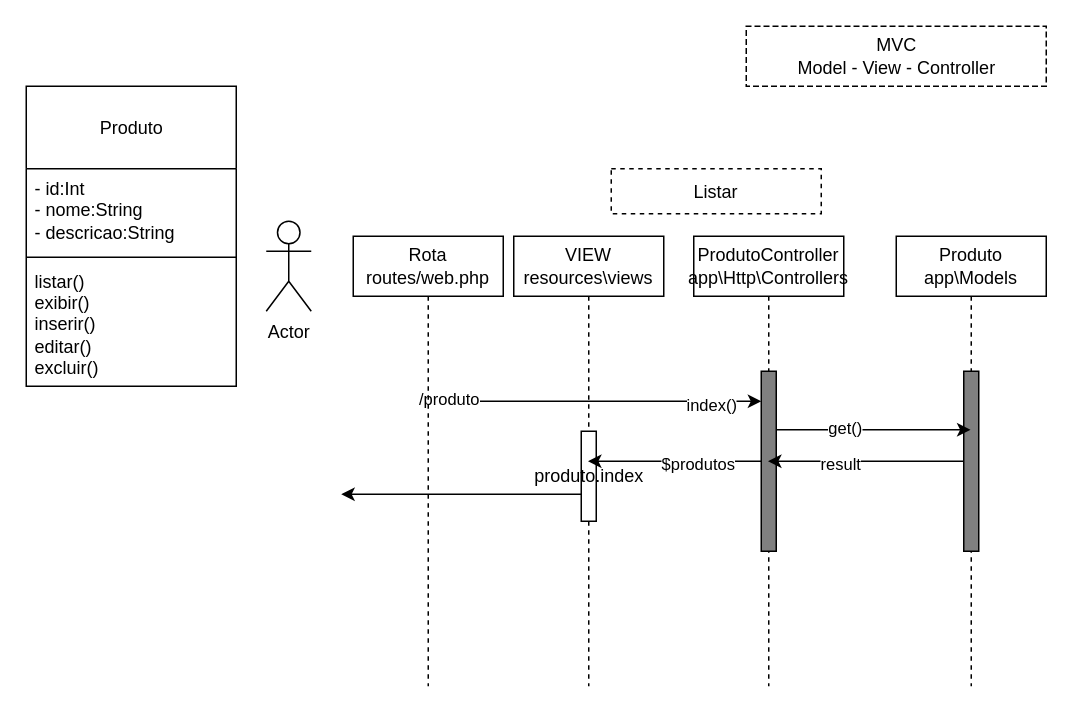
Before: crud_diagramas/diagrama_de_classes..drawio in andreneves/PF, a draw.io diagram. Source tidied: cells renumbered, new cells numbered last; positions are measured from the earlier drawing's top-left corner, leaving out a move shared by most shapes. Both pictures are drawn from the tidied source at 150%, with x=0, y=0 at pixel (26, 26).
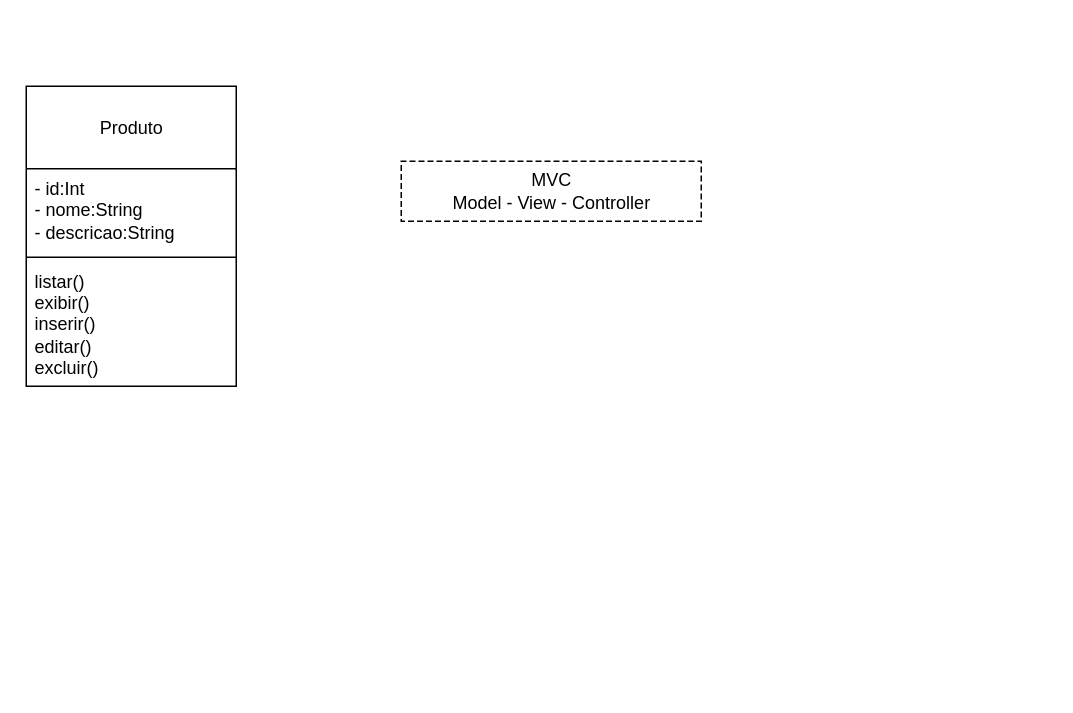
The same diagram, later.

What changed in the source:
```diff
@@
     <mxCell id="6" value="MVC&lt;br&gt;Model - View - Controller" style="shape=partialRectangle;html=1;top=1;align=center;dashed=1;" parent="1" vertex="1">
-      <mxGeometry x="480" width="200" height="40" as="geometry" />
+      <mxGeometry x="250" y="90" width="200" height="40" as="geometry" />
     </mxCell>
-    <mxCell id="7" value="ProdutoController&lt;br&gt;app\Http\Controllers" style="shape=umlLifeline;perimeter=lifelinePerimeter;whiteSpace=wrap;html=1;outlineConnect=0;align=center;" parent="1" vertex="1">
-      <mxGeometry x="445" y="140" width="100" height="300" as="geometry" />
-    </mxCell>
-    <mxCell id="8" style="html=1;points=[];perimeter=orthogonalPerimeter;fillColor=#808080;" parent="7" vertex="1">
-      <mxGeometry x="45" y="90" width="10" height="120" as="geometry" />
-    </mxCell>
-    <mxCell id="9" value="VIEW&lt;br&gt;resources\views" style="shape=umlLifeline;perimeter=lifelinePerimeter;whiteSpace=wrap;html=1;outlineConnect=0;align=center;" parent="1" vertex="1">
-      <mxGeometry x="325" y="140" width="100" height="300" as="geometry" />
-    </mxCell>
-    <mxCell id="10" value="produto.index" style="html=1;perimeter=orthogonalPerimeter;" parent="9" vertex="1">
-      <mxGeometry x="45" y="130" width="10" height="60" as="geometry" />
-    </mxCell>
-    <mxCell id="11" value="Produto&lt;br&gt;app\Models" style="shape=umlLifeline;perimeter=lifelinePerimeter;whiteSpace=wrap;html=1;align=center;" parent="1" vertex="1">
-      <mxGeometry x="580" y="140" width="100" height="300" as="geometry" />
-    </mxCell>
-    <mxCell id="12" style="html=1;points=[];perimeter=orthogonalPerimeter;fillColor=#808080;" parent="11" vertex="1">
-      <mxGeometry x="45" y="90" width="10" height="120" as="geometry" />
-    </mxCell>
-    <mxCell id="13" style="edgeStyle=orthogonalEdgeStyle;rounded=0;orthogonalLoop=1;jettySize=auto;html=1;" parent="1" edge="1">
-      <mxGeometry relative="1" as="geometry">
-        <mxPoint x="269.8" y="250" as="sourcePoint" />
-        <mxPoint x="490" y="250" as="targetPoint" />
-      </mxGeometry>
-    </mxCell>
-    <mxCell id="14" value="index()" style="edgeLabel;html=1;align=center;verticalAlign=middle;" parent="13" vertex="1">
-      <mxGeometry x="0.7" y="-2" relative="1" as="geometry" />
-    </mxCell>
-    <mxCell id="15" value="/produto" style="edgeLabel;html=1;align=center;verticalAlign=middle;" parent="13" vertex="1">
-      <mxGeometry x="-0.89" y="2" relative="1" as="geometry" />
-    </mxCell>
-    <mxCell id="16" value="Rota&lt;br&gt;routes/web.php" style="shape=umlLifeline;perimeter=lifelinePerimeter;whiteSpace=wrap;html=1;align=center;" parent="1" vertex="1">
-      <mxGeometry x="218" y="140" width="100" height="300" as="geometry" />
-    </mxCell>
-    <mxCell id="17" value="Actor" style="shape=umlActor;verticalLabelPosition=bottom;verticalAlign=top;html=1;" parent="1" vertex="1">
-      <mxGeometry x="160" y="130" width="30" height="60" as="geometry" />
-    </mxCell>
-    <mxCell id="18" style="edgeStyle=orthogonalEdgeStyle;rounded=0;orthogonalLoop=1;jettySize=auto;html=1;" parent="1" edge="1">
-      <mxGeometry relative="1" as="geometry">
-        <mxPoint x="500" y="269" as="sourcePoint" />
-        <mxPoint x="629.5" y="269" as="targetPoint" />
-      </mxGeometry>
-    </mxCell>
-    <mxCell id="19" value="get()" style="edgeLabel;html=1;align=center;verticalAlign=middle;" parent="18" vertex="1">
-      <mxGeometry x="-0.31" y="2" relative="1" as="geometry" />
-    </mxCell>
-    <mxCell id="20" style="edgeStyle=orthogonalEdgeStyle;rounded=0;jettySize=auto;html=1;" parent="1" edge="1" source="12" target="7">
-      <mxGeometry relative="1" as="geometry" />
-    </mxCell>
-    <mxCell id="21" value="result" style="edgeLabel;html=1;align=center;verticalAlign=middle;" parent="20" vertex="1">
-      <mxGeometry x="0.27" y="1" relative="1" as="geometry" />
-    </mxCell>
-    <mxCell id="22" style="edgeStyle=orthogonalEdgeStyle;rounded=0;orthogonalLoop=1;jettySize=auto;html=1;" parent="1" edge="1">
-      <mxGeometry relative="1" as="geometry">
-        <mxPoint x="370" y="312" as="sourcePoint" />
-        <mxPoint x="210" y="312" as="targetPoint" />
-        <Array as="points">
-          <mxPoint x="270" y="312" />
-        </Array>
-      </mxGeometry>
-    </mxCell>
-    <mxCell id="23" style="edgeStyle=orthogonalEdgeStyle;rounded=0;jettySize=auto;html=1;" parent="1" edge="1" source="8" target="9">
-      <mxGeometry relative="1" as="geometry" />
-    </mxCell>
-    <mxCell id="24" value="$produtos" style="edgeLabel;html=1;align=center;verticalAlign=middle;" parent="23" vertex="1">
-      <mxGeometry x="-0.25" y="1" relative="1" as="geometry" />
-    </mxCell>
-    <mxCell id="25" value="Listar" style="fontStyle=0;dashed=1;align=center;" parent="1" vertex="1">
-      <mxGeometry x="390" y="95" width="140" height="30" as="geometry" />
-    </mxCell>
```
